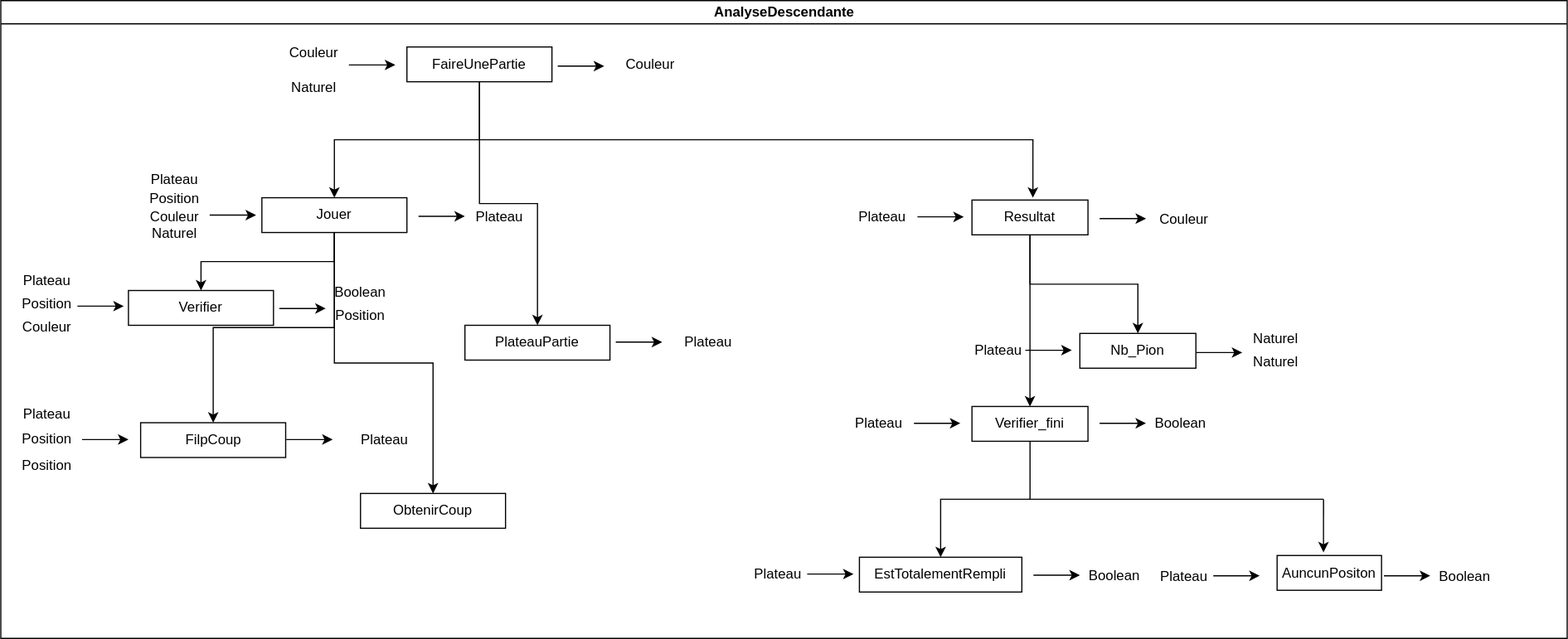
Earlier version of the draw.io export rapport/analyse/FaireUnePartie.drawio.svg (Sachawski/othelloiti3). Source tidied: cells renumbered, new cells last; positions are measured from the earlier drawing's top-left corner, leaving out a move shared by most shapes.
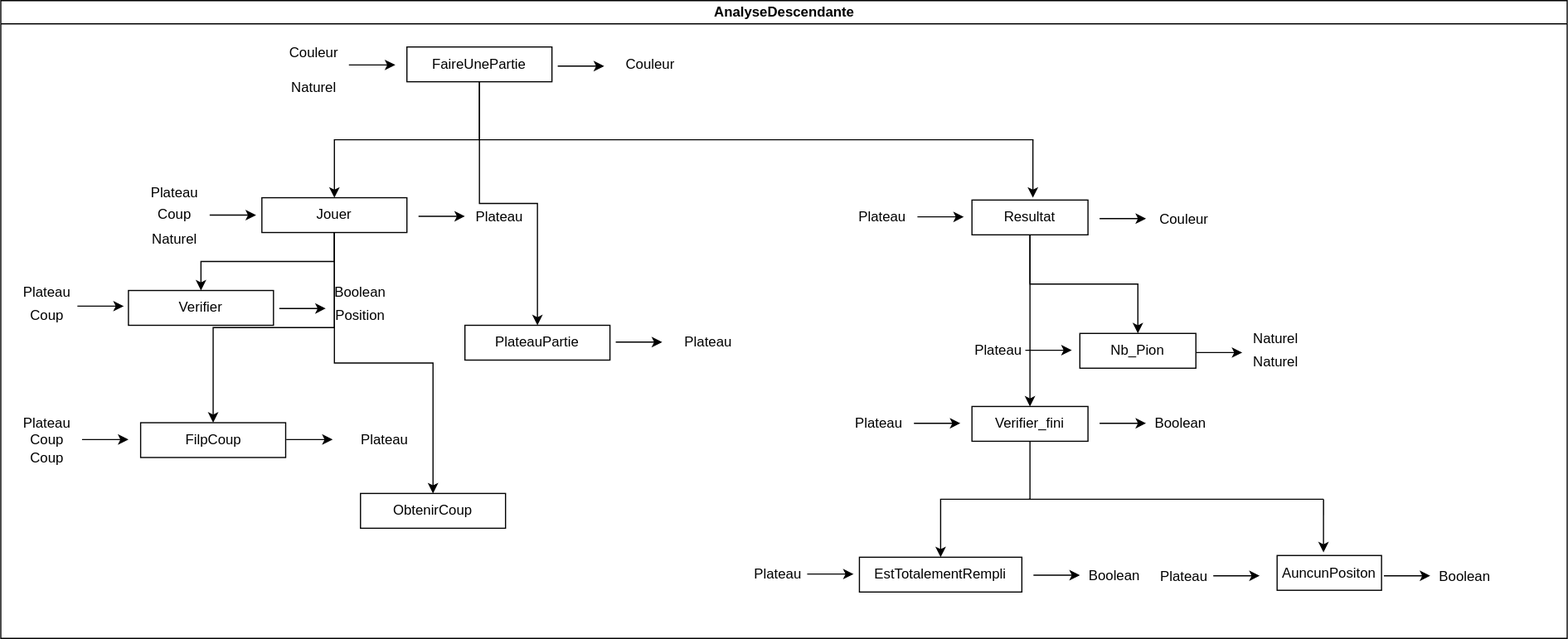
After the change.

The edit, as a diff of the source:
```diff
@@ -57,7 +57,7 @@
       </mxGeometry>
     </mxCell>
     <mxCell id="16" value="Plateau" style="text;html=1;strokeColor=none;fillColor=none;align=center;verticalAlign=middle;whiteSpace=wrap;rounded=0;" parent="2" vertex="1">
-      <mxGeometry x="10" y="227" width="60" height="30" as="geometry" />
+      <mxGeometry x="10" y="237" width="60" height="30" as="geometry" />
     </mxCell>
     <mxCell id="17" value="Boolean" style="text;html=1;strokeColor=none;fillColor=none;align=center;verticalAlign=middle;whiteSpace=wrap;rounded=0;" parent="2" vertex="1">
       <mxGeometry x="280" y="237" width="60" height="30" as="geometry" />
@@ -75,11 +75,8 @@
       <mxGeometry x="225" y="170" width="125" height="30" as="geometry" />
     </mxCell>
     <mxCell id="21" value="Plateau" style="text;html=1;strokeColor=none;fillColor=none;align=center;verticalAlign=middle;whiteSpace=wrap;rounded=0;" parent="2" vertex="1">
-      <mxGeometry x="120" y="140" width="60" height="30" as="geometry" />
+      <mxGeometry x="120" y="151" width="60" height="30" as="geometry" />
     </mxCell>
-    <mxCell id="22" value="Position" style="text;html=1;strokeColor=none;fillColor=none;align=center;verticalAlign=middle;whiteSpace=wrap;rounded=0;" parent="2" vertex="1">
-      <mxGeometry x="120" y="156" width="60" height="30" as="geometry" />
-    </mxCell>
     <mxCell id="23" value="Plateau" style="text;html=1;strokeColor=none;fillColor=none;align=center;verticalAlign=middle;whiteSpace=wrap;rounded=0;" parent="2" vertex="1">
       <mxGeometry x="400" y="172" width="60" height="30" as="geometry" />
     </mxCell>
@@ -90,7 +87,7 @@
       <mxGeometry x="120.5" y="364" width="125" height="30" as="geometry" />
     </mxCell>
     <mxCell id="26" value="Plateau" style="text;html=1;strokeColor=none;fillColor=none;align=center;verticalAlign=middle;whiteSpace=wrap;rounded=0;" parent="2" vertex="1">
-      <mxGeometry x="10" y="342" width="60" height="30" as="geometry" />
+      <mxGeometry x="10" y="350" width="60" height="30" as="geometry" />
     </mxCell>
     <mxCell id="27" value="&lt;span style=&quot;color: rgba(0 , 0 , 0 , 0) ; font-family: monospace ; font-size: 0px ; background-color: rgb(248 , 249 , 250)&quot;&gt;%3CmxGraphModel%3E%3Croot%3E%3CmxCell%20id%3D%220%22%2F%3E%3CmxCell%20id%3D%221%22%20parent%3D%220%22%2F%3E%3CmxCell%20id%3D%222%22%20value%3D%22%22%20style%3D%22endArrow%3Dclassic%3Bhtml%3D1%3Brounded%3D0%3B%22%20edge%3D%221%22%20parent%3D%221%22%3E%3CmxGeometry%20width%3D%2250%22%20height%3D%2250%22%20relative%3D%221%22%20as%3D%22geometry%22%3E%3CmxPoint%20x%3D%22474%22%20y%3D%22294.5%22%20as%3D%22sourcePoint%22%2F%3E%3CmxPoint%20x%3D%22514%22%20y%3D%22294.5%22%20as%3D%22targetPoint%22%2F%3E%3C%2FmxGeometry%3E%3C%2FmxCell%3E%3C%2Froot%3E%3C%2FmxGraphModel%3E&lt;/span&gt;" style="endArrow=classic;html=1;rounded=0;" parent="2" edge="1">
       <mxGeometry relative="1" as="geometry">
@@ -104,21 +101,12 @@
         <mxPoint x="286" y="378.5" as="targetPoint" />
       </mxGeometry>
     </mxCell>
-    <mxCell id="29" value="Position" style="text;html=1;strokeColor=none;fillColor=none;align=center;verticalAlign=middle;whiteSpace=wrap;rounded=0;" parent="2" vertex="1">
-      <mxGeometry x="10" y="363" width="60" height="30" as="geometry" />
-    </mxCell>
     <mxCell id="30" value="Plateau" style="text;html=1;strokeColor=none;fillColor=none;align=center;verticalAlign=middle;whiteSpace=wrap;rounded=0;" parent="2" vertex="1">
       <mxGeometry x="300.5" y="364" width="60" height="30" as="geometry" />
     </mxCell>
-    <mxCell id="31" value="Couleur" style="text;html=1;strokeColor=none;fillColor=none;align=center;verticalAlign=middle;whiteSpace=wrap;rounded=0;" parent="2" vertex="1">
-      <mxGeometry x="120" y="172" width="60" height="30" as="geometry" />
-    </mxCell>
     <mxCell id="32" value="Naturel" style="text;html=1;strokeColor=none;fillColor=none;align=center;verticalAlign=middle;whiteSpace=wrap;rounded=0;" parent="2" vertex="1">
-      <mxGeometry x="120" y="186" width="60" height="30" as="geometry" />
+      <mxGeometry x="120" y="191" width="60" height="30" as="geometry" />
     </mxCell>
-    <mxCell id="33" value="Position" style="text;html=1;strokeColor=none;fillColor=none;align=center;verticalAlign=middle;whiteSpace=wrap;rounded=0;" parent="2" vertex="1">
-      <mxGeometry x="10" y="247" width="60" height="30" as="geometry" />
-    </mxCell>
     <mxCell id="34" style="endArrow=none;html=1;rounded=0;" parent="2" edge="1">
       <mxGeometry relative="1" as="geometry">
         <mxPoint x="412" y="120" as="sourcePoint" />
@@ -278,14 +266,20 @@
     <mxCell id="70" value="AuncunPositon" style="rounded=0;whiteSpace=wrap;html=1;" parent="2" vertex="1">
       <mxGeometry x="1100" y="478.5" width="90" height="30" as="geometry" />
     </mxCell>
-    <mxCell id="71" value="Couleur" style="text;html=1;strokeColor=none;fillColor=none;align=center;verticalAlign=middle;whiteSpace=wrap;rounded=0;" parent="2" vertex="1">
-      <mxGeometry x="10" y="267" width="60" height="30" as="geometry" />
-    </mxCell>
     <mxCell id="72" value="Position" style="text;html=1;strokeColor=none;fillColor=none;align=center;verticalAlign=middle;whiteSpace=wrap;rounded=0;" parent="2" vertex="1">
       <mxGeometry x="280" y="257" width="60" height="30" as="geometry" />
     </mxCell>
-    <mxCell id="73" value="Position" style="text;html=1;strokeColor=none;fillColor=none;align=center;verticalAlign=middle;whiteSpace=wrap;rounded=0;" parent="2" vertex="1">
-      <mxGeometry x="10" y="386" width="60" height="30" as="geometry" />
-    </mxCell>
+    <mxCell id="74" value="Coup" style="text;html=1;strokeColor=none;fillColor=none;align=center;verticalAlign=middle;whiteSpace=wrap;rounded=0;" parent="2" vertex="1">
+      <mxGeometry x="120" y="170" width="60" height="30" as="geometry" />
+    </mxCell>
+    <mxCell id="75" value="Coup" style="text;html=1;strokeColor=none;fillColor=none;align=center;verticalAlign=middle;whiteSpace=wrap;rounded=0;" parent="2" vertex="1">
+      <mxGeometry x="10" y="257" width="60" height="30" as="geometry" />
+    </mxCell>
+    <mxCell id="76" value="Coup" style="text;html=1;strokeColor=none;fillColor=none;align=center;verticalAlign=middle;whiteSpace=wrap;rounded=0;" parent="2" vertex="1">
+      <mxGeometry x="10" y="364" width="60" height="30" as="geometry" />
+    </mxCell>
+    <mxCell id="77" value="Coup" style="text;html=1;strokeColor=none;fillColor=none;align=center;verticalAlign=middle;whiteSpace=wrap;rounded=0;" parent="2" vertex="1">
+      <mxGeometry x="10" y="380" width="60" height="30" as="geometry" />
+    </mxCell>
   </root>
 </mxGraphModel>
```
